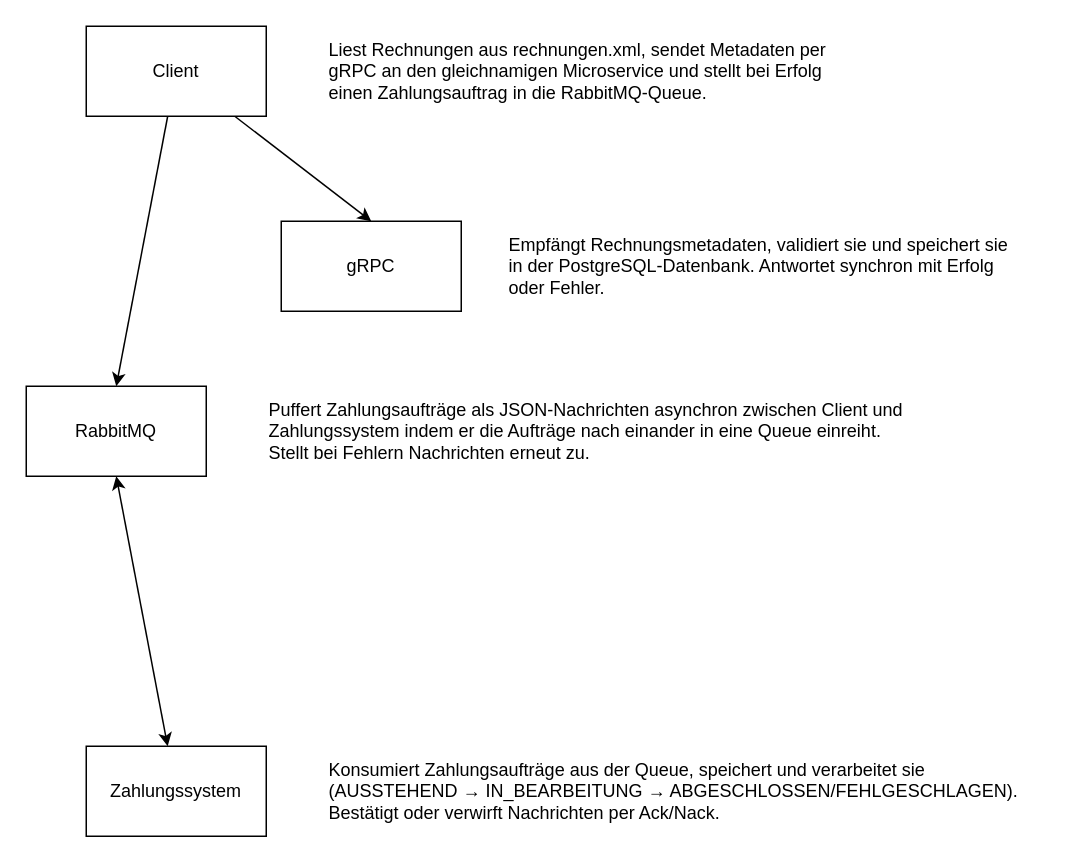
Before: dvg-diagramm.drawio in jonahdoll/rechnungsbearbeitung, a draw.io diagram. Source tidied: cells renumbered, new cells numbered last; positions are measured from the earlier drawing's top-left corner, leaving out a move shared by most shapes. Both pictures are drawn from the tidied source at 150%, with x=0, y=0 at pixel (26, 26).
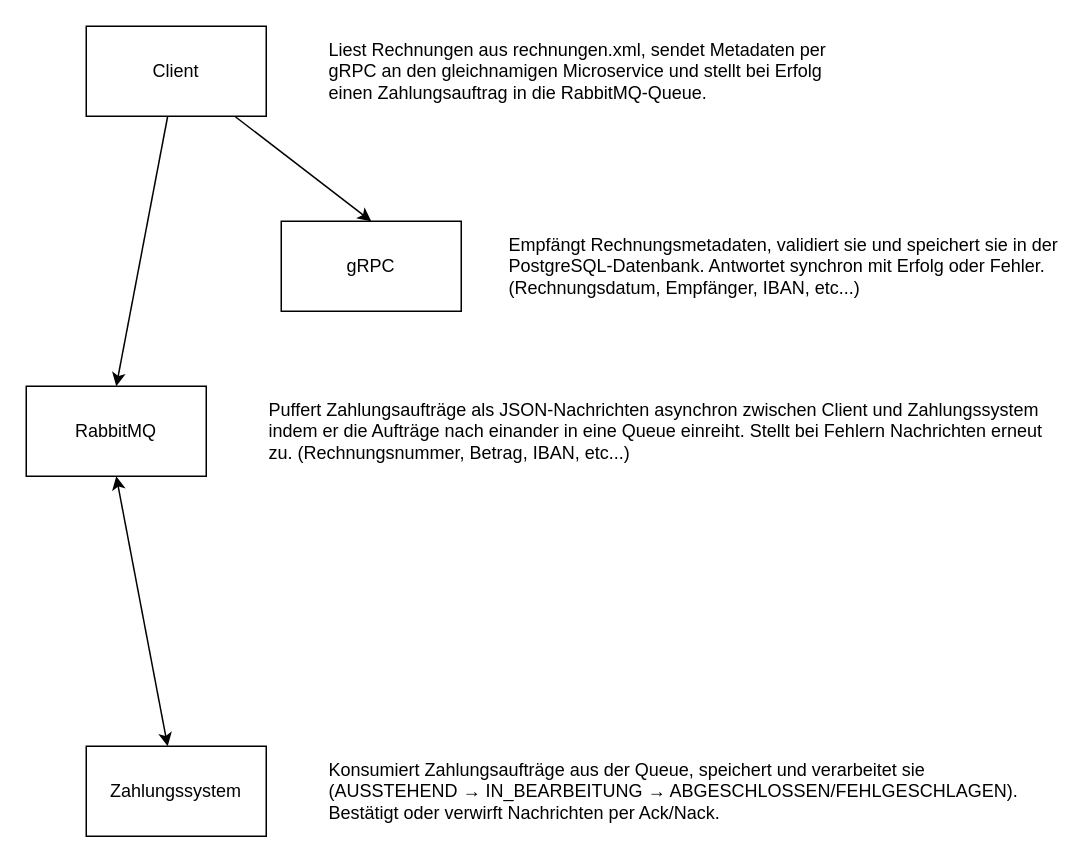
The same page after the edit.

The edit, as a diff of the source:
```diff
@@
 <mxGraphModel>
   <root>
     <mxCell id="0" />
     <mxCell id="1" parent="0" />
     <mxCell id="2" style="rounded=0;jettySize=auto;html=1;entryX=0.5;entryY=0;entryDx=0;entryDy=0;" parent="1" edge="1" source="4" target="5">
       <mxGeometry relative="1" as="geometry" />
     </mxCell>
     <mxCell id="3" style="rounded=0;jettySize=auto;html=1;entryX=0.5;entryY=0;entryDx=0;entryDy=0;" parent="1" edge="1" source="4" target="8">
       <mxGeometry relative="1" as="geometry" />
     </mxCell>
     <mxCell id="4" value="Client" style="rounded=0;whiteSpace=wrap;html=1;" parent="1" vertex="1">
       <mxGeometry x="40" width="120" height="60" as="geometry" />
     </mxCell>
     <mxCell id="5" value="gRPC" style="rounded=0;whiteSpace=wrap;html=1;" parent="1" vertex="1">
       <mxGeometry x="170" y="130" width="120" height="60" as="geometry" />
     </mxCell>
     <mxCell id="6" value="Zahlungssystem" style="rounded=0;whiteSpace=wrap;html=1;" parent="1" vertex="1">
       <mxGeometry x="40" y="480" width="120" height="60" as="geometry" />
     </mxCell>
     <mxCell id="7" style="rounded=0;jettySize=auto;html=1;exitX=0.5;exitY=1;exitDx=0;exitDy=0;startArrow=classic;startFill=1;" parent="1" edge="1" source="8" target="6">
       <mxGeometry relative="1" as="geometry" />
     </mxCell>
     <mxCell id="8" value="RabbitMQ" style="rounded=0;whiteSpace=wrap;html=1;" parent="1" vertex="1">
       <mxGeometry y="240" width="120" height="60" as="geometry" />
     </mxCell>
     <mxCell id="9" value="Liest Rechnungen aus rechnungen.xml, sendet Metadaten per gRPC an den gleichnamigen Microservice und stellt bei Erfolg einen Zahlungsauftrag in die RabbitMQ-Queue." style="text;html=1;whiteSpace=wrap;strokeColor=none;fillColor=none;align=left;verticalAlign=middle;rounded=0;" parent="1" vertex="1">
       <mxGeometry x="200" width="340" height="60" as="geometry" />
     </mxCell>
-    <mxCell id="10" value="Empfängt Rechnungsmetadaten, validiert sie und speichert sie in der PostgreSQL-Datenbank. Antwortet synchron mit Erfolg oder Fehler." style="text;html=1;whiteSpace=wrap;strokeColor=none;fillColor=none;align=left;verticalAlign=middle;rounded=0;" parent="1" vertex="1">
-      <mxGeometry x="320" y="130" width="340" height="60" as="geometry" />
+    <mxCell id="10" value="Empfängt Rechnungsmetadaten, validiert sie und speichert sie in der PostgreSQL-Datenbank. Antwortet synchron mit Erfolg oder Fehler. (Rechnungsdatum, Empfänger, IBAN, etc...)" style="text;html=1;whiteSpace=wrap;strokeColor=none;fillColor=none;align=left;verticalAlign=middle;rounded=0;" parent="1" vertex="1">
+      <mxGeometry x="320" y="130" width="370" height="60" as="geometry" />
     </mxCell>
-    <mxCell id="11" value="Puffert Zahlungsaufträge als JSON-Nachrichten asynchron zwischen Client und Zahlungssystem indem er die Aufträge nach einander in eine Queue einreiht. Stellt bei Fehlern Nachrichten erneut zu." style="text;html=1;whiteSpace=wrap;strokeColor=none;fillColor=none;align=left;verticalAlign=middle;rounded=0;" parent="1" vertex="1">
-      <mxGeometry x="160" y="240" width="440" height="60" as="geometry" />
+    <mxCell id="11" value="Puffert Zahlungsaufträge als JSON-Nachrichten asynchron zwischen Client und Zahlungssystem indem er die Aufträge nach einander in eine Queue einreiht. Stellt bei Fehlern Nachrichten erneut zu. (Rechnungsnummer, Betrag, IBAN, etc...)" style="text;html=1;whiteSpace=wrap;strokeColor=none;fillColor=none;align=left;verticalAlign=middle;rounded=0;" parent="1" vertex="1">
+      <mxGeometry x="160" y="240" width="530" height="60" as="geometry" />
     </mxCell>
     <mxCell id="12" value="Konsumiert Zahlungsaufträge aus der Queue, speichert und verarbeitet sie (AUSSTEHEND → IN_BEARBEITUNG → ABGESCHLOSSEN/FEHLGESCHLAGEN). Bestätigt oder verwirft Nachrichten per Ack/Nack." style="text;html=1;whiteSpace=wrap;strokeColor=none;fillColor=none;align=left;verticalAlign=middle;rounded=0;" parent="1" vertex="1">
       <mxGeometry x="200" y="480" width="480" height="60" as="geometry" />
     </mxCell>
   </root>
 </mxGraphModel>
```
